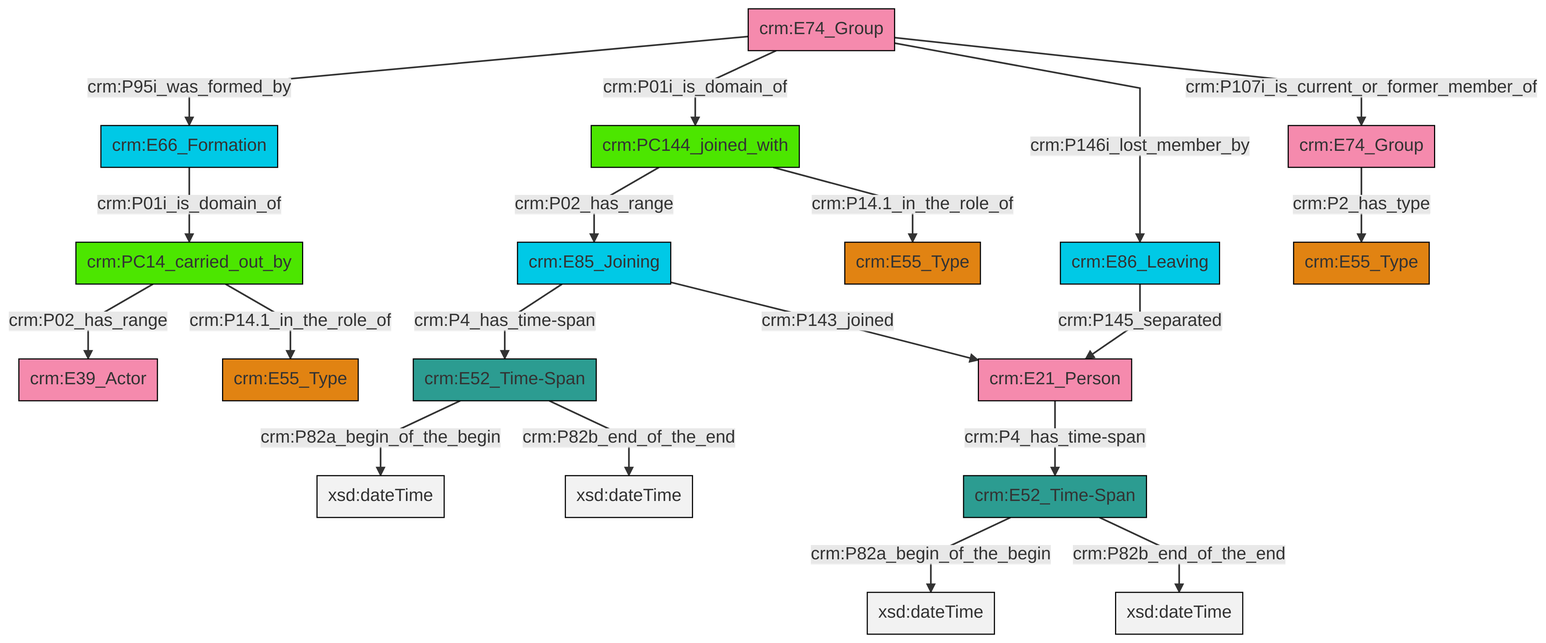
Earlier version of the Mermaid export et/groupCSV/ttl/mmd/png/group_actor_relations.png (swiss-art-research-net/docs.swissartresearch). Its source is kept beside it as et/groupCSV/ttl/mmd/group_actor_relations.ttl.mmd.
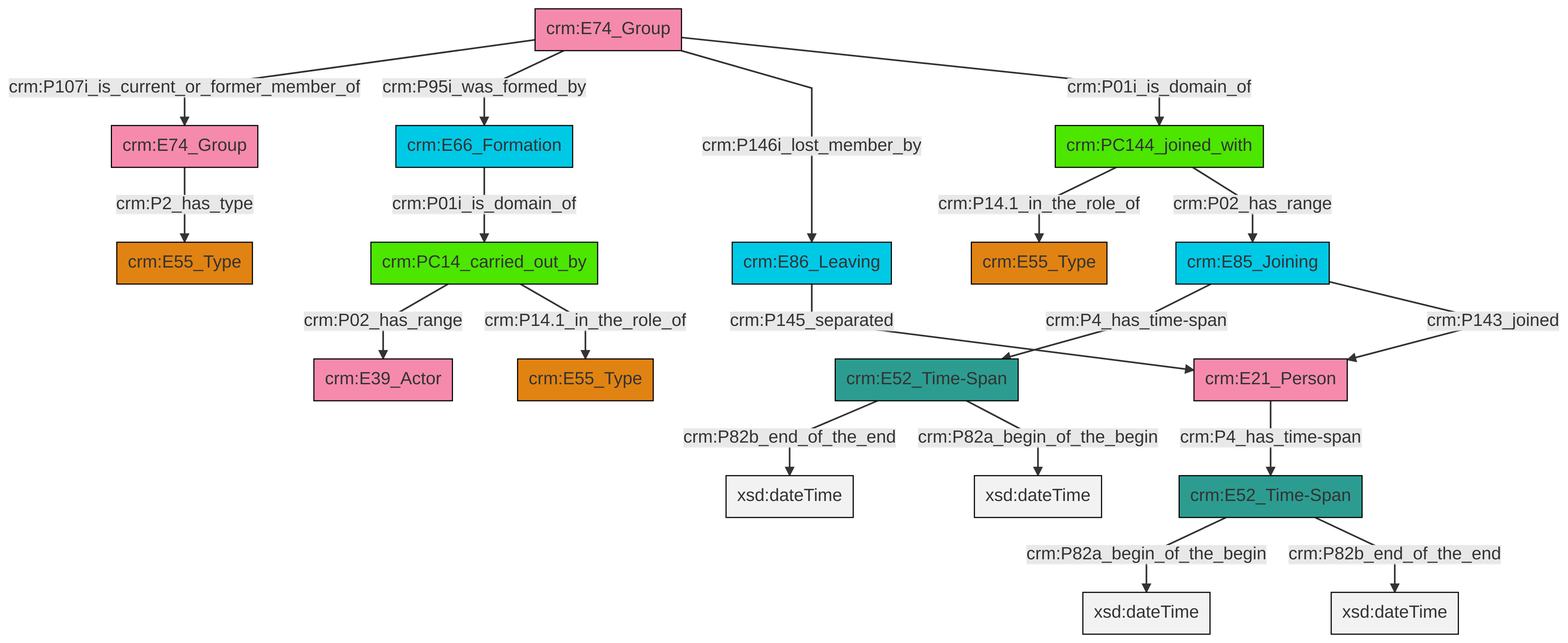
The same file after the commit.

Diff of the diagram source:
```diff
@@ -13,21 +13,21 @@
 classDef PC_Classes fill:#4ce600, stroke:#000000;
 classDef Multi fill:#cccccc,stroke:#000000;
 
-0["crm:PC14_carried_out_by"]:::PC_Classes -->|crm:P02_has_range| 1["crm:E39_Actor"]:::Actor
-4["crm:E52_Time-Span"]:::Time-Span -->|crm:P82a_begin_of_the_begin| 5[xsd:dateTime]:::Literal
-6["crm:E74_Group"]:::Actor -->|crm:P95i_was_formed_by| 8["crm:E66_Formation"]:::Temporal_Entity
-9["crm:E86_Leaving"]:::Temporal_Entity -->|crm:P145_separated| 10["crm:E21_Person"]:::Actor
-2["crm:PC144_joined_with"]:::PC_Classes -->|crm:P02_has_range| 17["crm:E85_Joining"]:::Temporal_Entity
-6["crm:E74_Group"]:::Actor -->|crm:P01i_is_domain_of| 2["crm:PC144_joined_with"]:::PC_Classes
-17["crm:E85_Joining"]:::Temporal_Entity -->|crm:P4_has_time-span| 4["crm:E52_Time-Span"]:::Time-Span
-17["crm:E85_Joining"]:::Temporal_Entity -->|crm:P143_joined| 10["crm:E21_Person"]:::Actor
-2["crm:PC144_joined_with"]:::PC_Classes -->|crm:P14.1_in_the_role_of| 11["crm:E55_Type"]:::Type
-10["crm:E21_Person"]:::Actor -->|crm:P4_has_time-span| 15["crm:E52_Time-Span"]:::Time-Span
-15["crm:E52_Time-Span"]:::Time-Span -->|crm:P82a_begin_of_the_begin| 19[xsd:dateTime]:::Literal
-8["crm:E66_Formation"]:::Temporal_Entity -->|crm:P01i_is_domain_of| 0["crm:PC14_carried_out_by"]:::PC_Classes
-6["crm:E74_Group"]:::Actor -->|crm:P146i_lost_member_by| 9["crm:E86_Leaving"]:::Temporal_Entity
-0["crm:PC14_carried_out_by"]:::PC_Classes -->|crm:P14.1_in_the_role_of| 23["crm:E55_Type"]:::Type
-4["crm:E52_Time-Span"]:::Time-Span -->|crm:P82b_end_of_the_end| 28[xsd:dateTime]:::Literal
-29["crm:E74_Group"]:::Actor -->|crm:P2_has_type| 13["crm:E55_Type"]:::Type
-6["crm:E74_Group"]:::Actor -->|crm:P107i_is_current_or_former_member_of| 29["crm:E74_Group"]:::Actor
-15["crm:E52_Time-Span"]:::Time-Span -->|crm:P82b_end_of_the_end| 33[xsd:dateTime]:::Literal
+0["crm:E74_Group"]:::Actor -->|crm:P107i_is_current_or_former_member_of| 1["crm:E74_Group"]:::Actor
+2["crm:E66_Formation"]:::Temporal_Entity -->|crm:P01i_is_domain_of| 3["crm:PC14_carried_out_by"]:::PC_Classes
+5["crm:PC144_joined_with"]:::PC_Classes -->|crm:P14.1_in_the_role_of| 6["crm:E55_Type"]:::Type
+7["crm:E52_Time-Span"]:::Time-Span -->|crm:P82a_begin_of_the_begin| 9[xsd:dateTime]:::Literal
+12["crm:E52_Time-Span"]:::Time-Span -->|crm:P82b_end_of_the_end| 13[xsd:dateTime]:::Literal
+7["crm:E52_Time-Span"]:::Time-Span -->|crm:P82b_end_of_the_end| 16[xsd:dateTime]:::Literal
+17["crm:E85_Joining"]:::Temporal_Entity -->|crm:P4_has_time-span| 12["crm:E52_Time-Span"]:::Time-Span
+14["crm:E21_Person"]:::Actor -->|crm:P4_has_time-span| 7["crm:E52_Time-Span"]:::Time-Span
+0["crm:E74_Group"]:::Actor -->|crm:P95i_was_formed_by| 2["crm:E66_Formation"]:::Temporal_Entity
+17["crm:E85_Joining"]:::Temporal_Entity -->|crm:P143_joined| 14["crm:E21_Person"]:::Actor
+5["crm:PC144_joined_with"]:::PC_Classes -->|crm:P02_has_range| 17["crm:E85_Joining"]:::Temporal_Entity
+3["crm:PC14_carried_out_by"]:::PC_Classes -->|crm:P02_has_range| 22["crm:E39_Actor"]:::Actor
+28["crm:E86_Leaving"]:::Temporal_Entity -->|crm:P145_separated| 14["crm:E21_Person"]:::Actor
+0["crm:E74_Group"]:::Actor -->|crm:P146i_lost_member_by| 28["crm:E86_Leaving"]:::Temporal_Entity
+12["crm:E52_Time-Span"]:::Time-Span -->|crm:P82a_begin_of_the_begin| 33[xsd:dateTime]:::Literal
+1["crm:E74_Group"]:::Actor -->|crm:P2_has_type| 19["crm:E55_Type"]:::Type
+3["crm:PC14_carried_out_by"]:::PC_Classes -->|crm:P14.1_in_the_role_of| 10["crm:E55_Type"]:::Type
+0["crm:E74_Group"]:::Actor -->|crm:P01i_is_domain_of| 5["crm:PC144_joined_with"]:::PC_Classes
```
